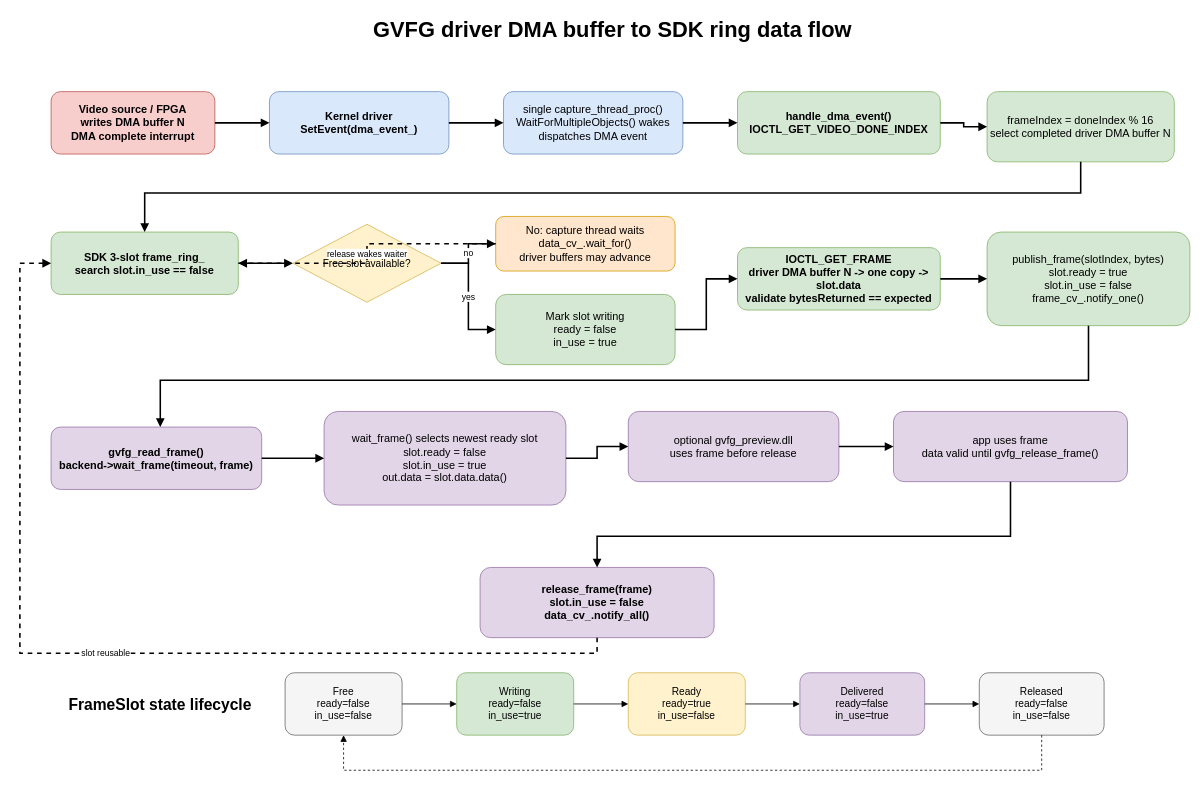
Above: docs/GVFG_DMA_RING_DATA_FLOW.drawio in MarquezLin/GVFG_Standalone (draw.io), before the change. Source tidied: cells renumbered, new cells numbered last; positions are measured from the earlier drawing's top-left corner, leaving out a move shared by most shapes. Both pictures are drawn from the tidied source at 78%, with x=0, y=0 at pixel (20, 13).
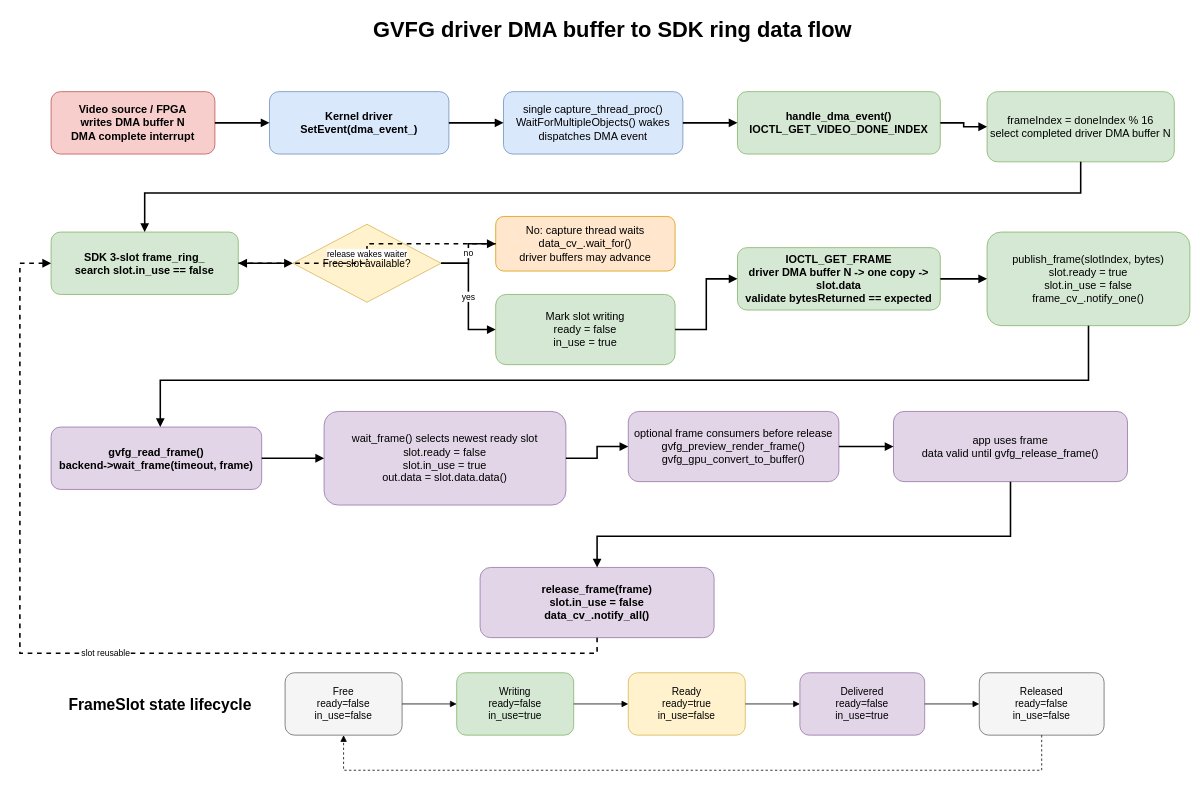
The same diagram, later.

Change to the diagram source:
```diff
@@
-    <mxCell id="16" value="optional gvfg_preview.dll&#10;uses frame before release" style="rounded=1;whiteSpace=wrap;html=1;fillColor=#e1d5e7;strokeColor=#9673a6;fontSize=14;" parent="1" vertex="1">
+    <mxCell id="16" value="optional frame consumers before release&#10;gvfg_preview_render_frame()&#10;gvfg_gpu_convert_to_buffer()" style="rounded=1;whiteSpace=wrap;html=1;fillColor=#e1d5e7;strokeColor=#9673a6;fontSize=14;" parent="1" vertex="1">
       <mxGeometry x="780" y="510" width="270" height="90" as="geometry" />
     </mxCell>
```
